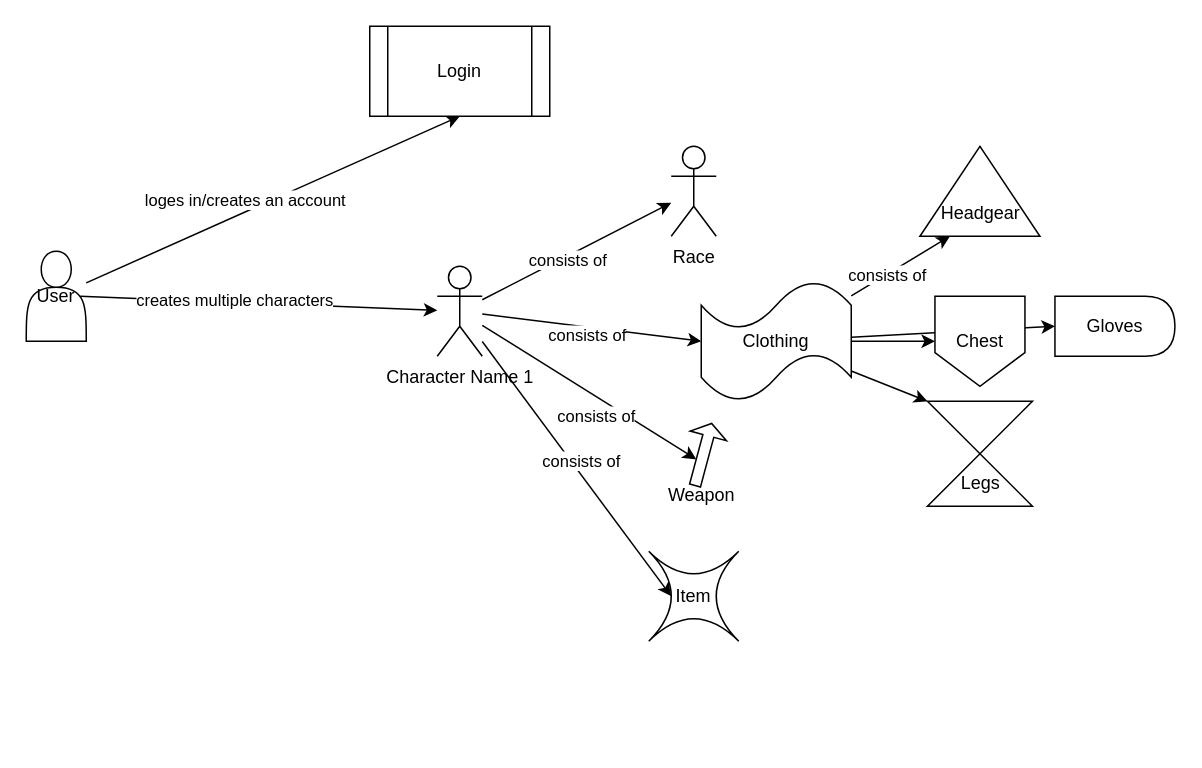
Before: Diagrams/ContextDiagram.drawio in Joel6v/PraktikumZuehlke, a draw.io diagram. Source tidied: cells renumbered, new cells numbered last; positions are measured from the earlier drawing's top-left corner, leaving out a move shared by most shapes. Both pictures are drawn from the tidied source at 150%, with x=0, y=0 at pixel (26, 26).
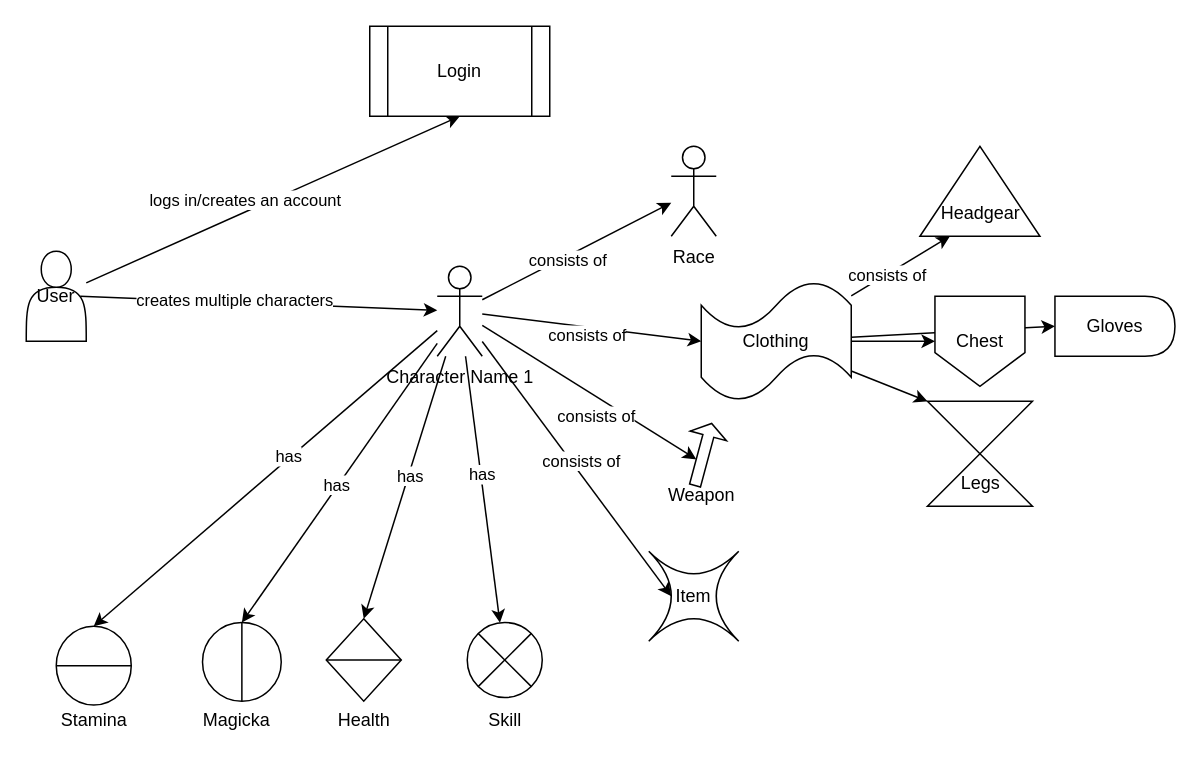
The same page after the edit.

Commit message:
Edit the Context Diagram, added character attributes

The change refers to these unchanged cells:
```xml
<mxCell id="2" style="rounded=0;jettySize=auto;html=1;entryX=0.5;entryY=1;entryDx=0;entryDy=0;" parent="1" edge="1" source="4" target="33">
  <mxGeometry relative="1" as="geometry" />
</mxCell>
<mxCell id="7" value="Character Name 1" style="shape=umlActor;verticalLabelPosition=bottom;verticalAlign=top;html=1;" parent="1" vertex="1">
  <mxGeometry x="274" y="160" width="30" height="60" as="geometry" />
</mxCell>
```

The edit, as a diff of the source:
```diff
@@
-    <mxCell id="3" value="loges in/creates an account" style="edgeLabel;html=1;align=center;verticalAlign=middle;" parent="2" vertex="1">
+    <mxCell id="3" value="logs in/creates an account" style="edgeLabel;html=1;align=center;verticalAlign=middle;" parent="2" vertex="1">
       <mxGeometry x="-0.21" y="-1" relative="1" as="geometry">
         <mxPoint x="6" y="-12" as="offset" />
       </mxGeometry>
     </mxCell>
@@
+    <mxCell id="37" style="rounded=0;jettySize=auto;html=1;" parent="1" edge="1" source="7" target="46">
+      <mxGeometry relative="1" as="geometry" />
+    </mxCell>
+    <mxCell id="38" value="has" style="edgeLabel;html=1;align=center;verticalAlign=middle;" parent="37" vertex="1">
+      <mxGeometry x="-0.12" y="1" relative="1" as="geometry" />
+    </mxCell>
+    <mxCell id="39" style="rounded=0;jettySize=auto;html=1;entryX=0.5;entryY=0;entryDx=0;entryDy=0;" parent="1" edge="1" source="7" target="49">
+      <mxGeometry relative="1" as="geometry" />
+    </mxCell>
+    <mxCell id="40" value="has" style="edgeLabel;html=1;align=center;verticalAlign=middle;" parent="39" vertex="1">
+      <mxGeometry x="-0.09" y="1" relative="1" as="geometry" />
+    </mxCell>
+    <mxCell id="41" style="rounded=0;jettySize=auto;html=1;entryX=0.5;entryY=0;entryDx=0;entryDy=0;" parent="1" edge="1" source="7" target="53">
+      <mxGeometry relative="1" as="geometry" />
+    </mxCell>
+    <mxCell id="42" value="has" style="edgeLabel;html=1;align=center;verticalAlign=middle;" parent="41" vertex="1">
+      <mxGeometry x="0.02" y="-1" relative="1" as="geometry" />
+    </mxCell>
+    <mxCell id="43" style="rounded=0;jettySize=auto;html=1;entryX=0.5;entryY=0;entryDx=0;entryDy=0;" parent="1" edge="1" source="7" target="56">
+      <mxGeometry relative="1" as="geometry" />
+    </mxCell>
+    <mxCell id="44" value="has" style="edgeLabel;html=1;align=center;verticalAlign=middle;" parent="43" vertex="1">
+      <mxGeometry x="-0.14" y="-1" relative="1" as="geometry" />
+    </mxCell>
@@
+    <mxCell id="45" style="group;" parent="1" vertex="1">
+      <mxGeometry x="279" y="397.5" width="80" height="80" as="geometry" />
+    </mxCell>
+    <mxCell id="46" style="shape=sumEllipse;perimeter=ellipsePerimeter;whiteSpace=wrap;html=1;backgroundOutline=1;" parent="45" vertex="1">
+      <mxGeometry x="15" width="50" height="50" as="geometry" />
+    </mxCell>
+    <mxCell id="47" value="Skill" style="text;html=1;align=center;verticalAlign=middle;strokeColor=none;fillColor=none;" parent="45" vertex="1">
+      <mxGeometry x="15" y="50" width="50" height="30" as="geometry" />
+    </mxCell>
+    <mxCell id="48" style="group;" parent="1" vertex="1">
+      <mxGeometry x="195" y="395" width="60" height="82.5" as="geometry" />
+    </mxCell>
+    <mxCell id="49" style="shape=sortShape;perimeter=rhombusPerimeter;whiteSpace=wrap;html=1;" parent="48" vertex="1">
+      <mxGeometry x="5" width="50" height="55" as="geometry" />
+    </mxCell>
+    <mxCell id="50" value="Health" style="text;html=1;align=center;verticalAlign=middle;strokeColor=none;fillColor=none;" parent="48" vertex="1">
+      <mxGeometry y="52.5" width="60" height="30" as="geometry" />
+    </mxCell>
+    <mxCell id="51" style="group;" parent="1" vertex="1">
+      <mxGeometry x="105" y="397.5" width="70" height="80" as="geometry" />
+    </mxCell>
+    <mxCell id="52" value="Magicka" style="text;html=1;align=center;verticalAlign=middle;strokeColor=none;fillColor=none;" parent="51" vertex="1">
+      <mxGeometry y="50" width="70" height="30" as="geometry" />
+    </mxCell>
+    <mxCell id="53" style="shape=lineEllipse;line=vertical;perimeter=ellipsePerimeter;whiteSpace=wrap;html=1;backgroundOutline=1;" parent="51" vertex="1">
+      <mxGeometry x="12.5" width="52.5" height="52.5" as="geometry" />
+    </mxCell>
+    <mxCell id="54" style="group;" parent="1" vertex="1">
+      <mxGeometry x="10" y="400" width="70" height="77.5" as="geometry" />
+    </mxCell>
+    <mxCell id="55" value="Stamina" style="text;html=1;align=center;verticalAlign=middle;strokeColor=none;fillColor=none;" parent="54" vertex="1">
+      <mxGeometry y="47.5" width="70" height="30" as="geometry" />
+    </mxCell>
+    <mxCell id="56" style="shape=lineEllipse;perimeter=ellipsePerimeter;whiteSpace=wrap;html=1;backgroundOutline=1;" parent="54" vertex="1">
+      <mxGeometry x="10" width="50" height="52.5" as="geometry" />
+    </mxCell>
```
